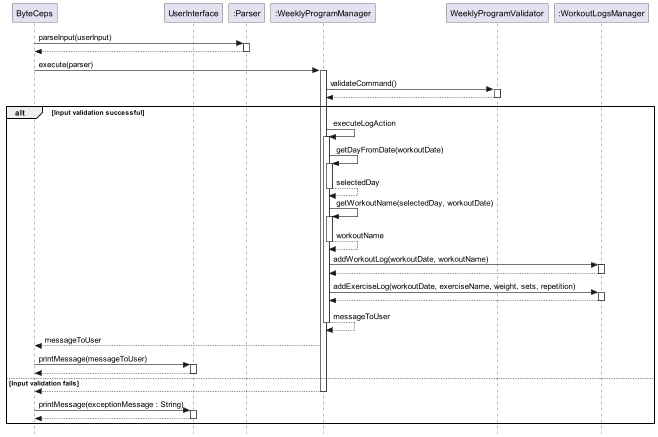
The PlantUML diagram docs/diagrams/addExerciseLog.png in joshualeejunyi/tp, before a commit.
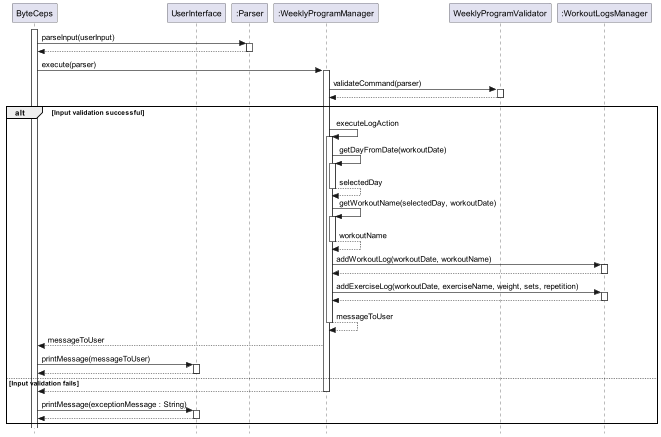
After the commit.

Commit message:
Edit sequence diagrams

The edit, as a diff of the source:
```diff
@@ -9,13 +9,14 @@
 participant WeeklyProgramValidator
 participant ":WorkoutLogsManager"
 
+activate ByteCeps
 ByteCeps -> ":Parser": parseInput(userInput)
 activate ":Parser"
 ByteCeps <-- ":Parser":
 deactivate ":Parser"
 ByteCeps -> ":WeeklyProgramManager": execute(parser)
 activate ":WeeklyProgramManager"
-":WeeklyProgramManager" -> WeeklyProgramValidator: validateCommand()
+":WeeklyProgramManager" -> WeeklyProgramValidator: validateCommand(parser)
 
 activate WeeklyProgramValidator
 ":WeeklyProgramManager" <-- WeeklyProgramValidator :
```
